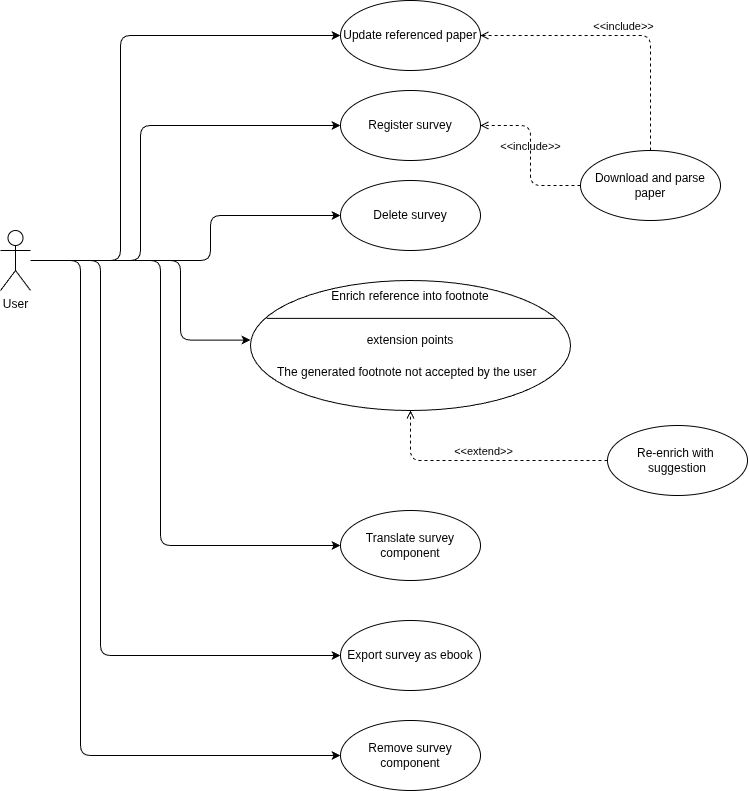
Earlier version of the draw.io export docs/use-case.drawio.png (WiktorProsowicz/paper-enrichment-agent). Source tidied: cells renumbered, new cells last; positions are measured from the earlier drawing's top-left corner, leaving out a move shared by most shapes.
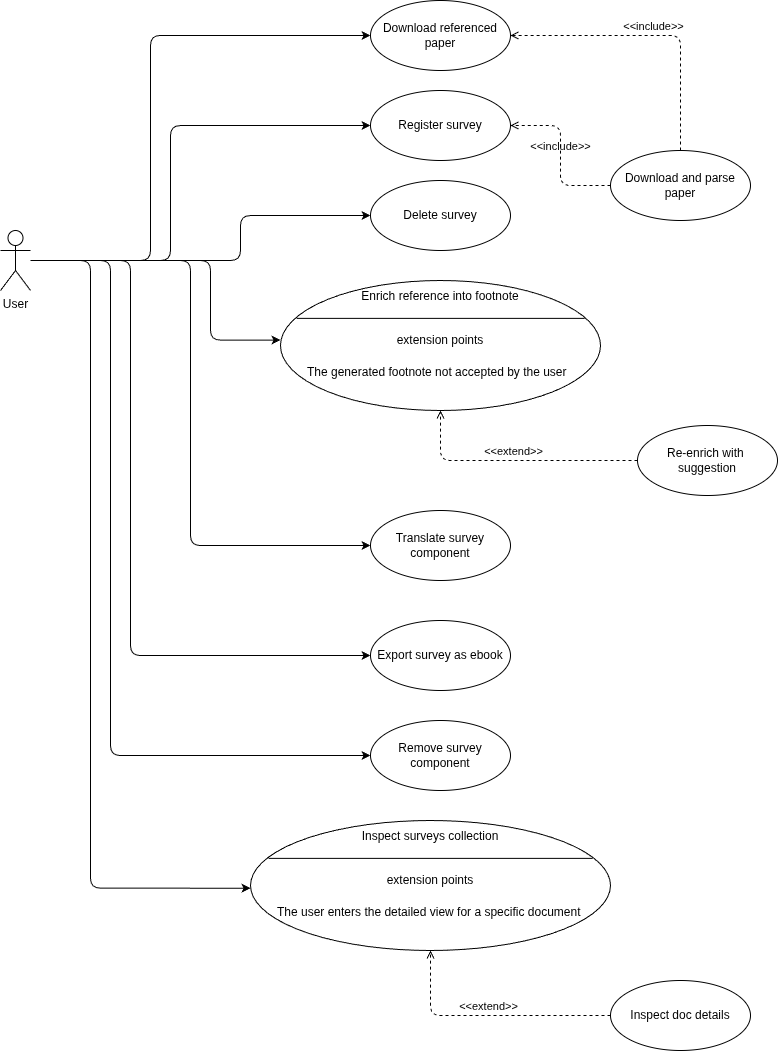
After the commit.

Change to the diagram source:
```diff
@@ -58,8 +58,16 @@
         </Array>
       </mxGeometry>
     </mxCell>
+    <mxCell id="26" style="edgeStyle=orthogonalEdgeStyle;html=1;entryX=0;entryY=0.75;entryDx=0;entryDy=0;" parent="1" edge="1" source="9" target="30">
+      <mxGeometry relative="1" as="geometry">
+        <Array as="points">
+          <mxPoint x="60" y="260" />
+          <mxPoint x="60" y="888" />
+        </Array>
+      </mxGeometry>
+    </mxCell>
     <mxCell id="9" value="User" style="shape=umlActor;verticalLabelPosition=bottom;verticalAlign=top;html=1;" parent="1" vertex="1">
-      <mxGeometry y="230" width="30" height="60" as="geometry" />
+      <mxGeometry x="-30" y="230" width="30" height="60" as="geometry" />
     </mxCell>
     <mxCell id="10" value="Register survey" style="ellipse;whiteSpace=wrap;html=1;" parent="1" vertex="1">
       <mxGeometry x="340" y="90" width="140" height="70" as="geometry" />
@@ -103,11 +111,32 @@
     <mxCell id="23" value="&amp;lt;&amp;lt;include&amp;gt;&amp;gt;" style="html=1;verticalAlign=bottom;labelBackgroundColor=none;endArrow=open;endFill=0;dashed=1;exitX=0;exitY=0.5;exitDx=0;exitDy=0;entryX=1;entryY=0.5;entryDx=0;entryDy=0;edgeStyle=orthogonalEdgeStyle;" parent="1" edge="1" source="22" target="10">
       <mxGeometry relative="1" as="geometry" />
     </mxCell>
-    <mxCell id="24" value="Update referenced paper" style="ellipse;whiteSpace=wrap;html=1;" parent="1" vertex="1">
+    <mxCell id="24" value="Download referenced paper" style="ellipse;whiteSpace=wrap;html=1;" parent="1" vertex="1">
       <mxGeometry x="340" width="140" height="70" as="geometry" />
     </mxCell>
     <mxCell id="25" value="&amp;lt;&amp;lt;include&amp;gt;&amp;gt;" style="html=1;verticalAlign=bottom;labelBackgroundColor=none;endArrow=open;endFill=0;dashed=1;exitX=0.5;exitY=0;exitDx=0;exitDy=0;entryX=1;entryY=0.5;entryDx=0;entryDy=0;edgeStyle=orthogonalEdgeStyle;" parent="1" edge="1" source="22" target="24">
       <mxGeometry relative="1" as="geometry" />
     </mxCell>
+    <mxCell id="27" style="shape=ellipse;horizontal=1;html=1;dashed=0;" parent="1" vertex="1">
+      <mxGeometry x="220" y="820" width="360" height="130" as="geometry" />
+    </mxCell>
+    <mxCell id="28" value="Inspect surveys collection" style="html=1;strokeColor=none;fillColor=none;align=center;verticalAlign=middle;whiteSpace=wrap;" parent="27" vertex="1">
+      <mxGeometry width="360" height="32.5" as="geometry" />
+    </mxCell>
+    <mxCell id="29" style="line;strokeWidth=1;fillColor=none;labelPosition=right;dashed=0;" parent="27" vertex="1">
+      <mxGeometry x="18" y="32.5" width="324" height="10.8" as="geometry" />
+    </mxCell>
+    <mxCell id="30" value="extension points" style="text;html=1;align=center;verticalAlign=middle;fillColor=none;strokeColor=none;whiteSpace=wrap;" parent="27" vertex="1">
+      <mxGeometry y="43.3" width="360" height="32.5" as="geometry" />
+    </mxCell>
+    <mxCell id="31" value="The user enters the detailed view for a specific document" style="text;html=1;align=left;verticalAlign=middle;spacingLeft=25;fillColor=none;strokeColor=none;whiteSpace=wrap;" parent="27" vertex="1">
+      <mxGeometry y="75.8" width="360" height="32.5" as="geometry" />
+    </mxCell>
+    <mxCell id="32" value="Inspect doc details" style="ellipse;whiteSpace=wrap;html=1;" parent="1" vertex="1">
+      <mxGeometry x="580" y="980" width="140" height="70" as="geometry" />
+    </mxCell>
+    <mxCell id="33" value="&amp;lt;&amp;lt;extend&amp;gt;&amp;gt;" style="html=1;verticalAlign=bottom;labelBackgroundColor=none;endArrow=open;endFill=0;dashed=1;entryX=0.5;entryY=1;entryDx=0;entryDy=0;exitX=0;exitY=0.5;exitDx=0;exitDy=0;edgeStyle=orthogonalEdgeStyle;" parent="1" edge="1" source="32" target="27">
+      <mxGeometry relative="1" as="geometry" />
+    </mxCell>
   </root>
 </mxGraphModel>
```
